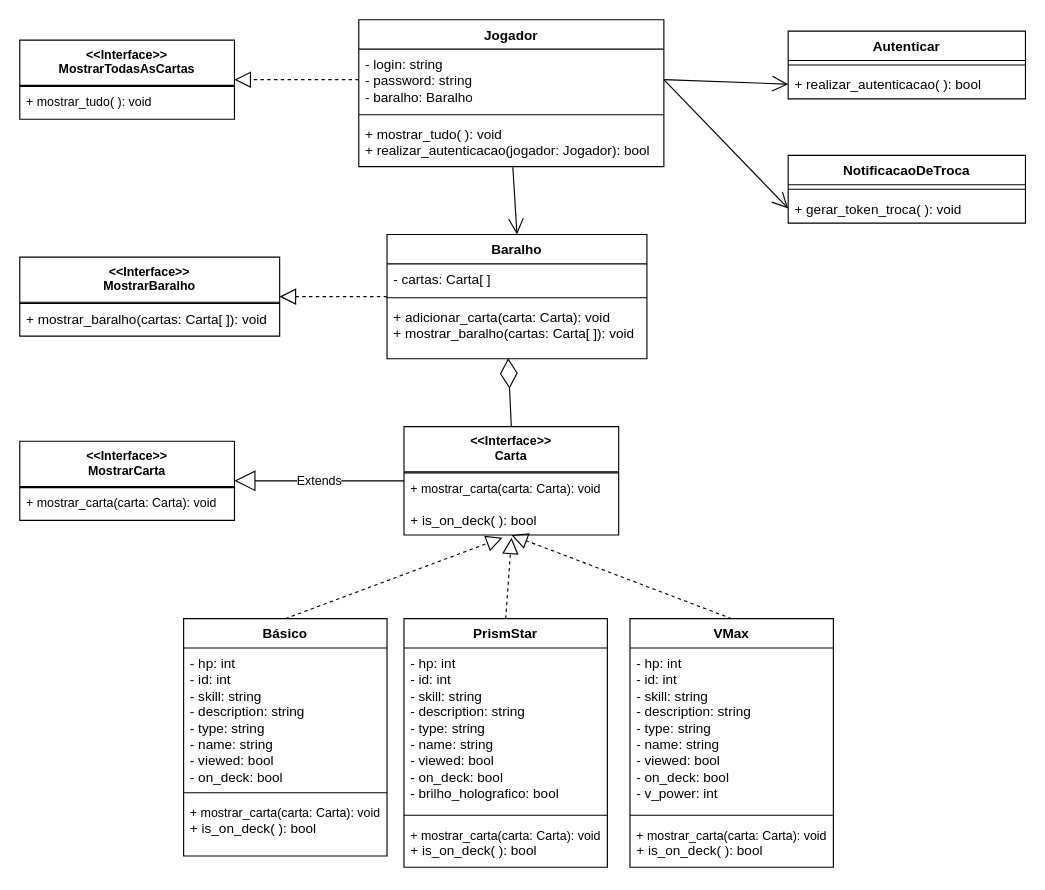
Before: page "Página-2" (1 of 2) of docs/Diagramas/Podekex SOLID.drawio in InatelS203-2025-1/Podekex, a draw.io diagram. Source tidied: cells renumbered, new cells numbered last; positions are measured from the earlier drawing's top-left corner, leaving out a move shared by most shapes. Both pictures are drawn from the tidied source at 113%, with x=0, y=0 at pixel (19, 19).
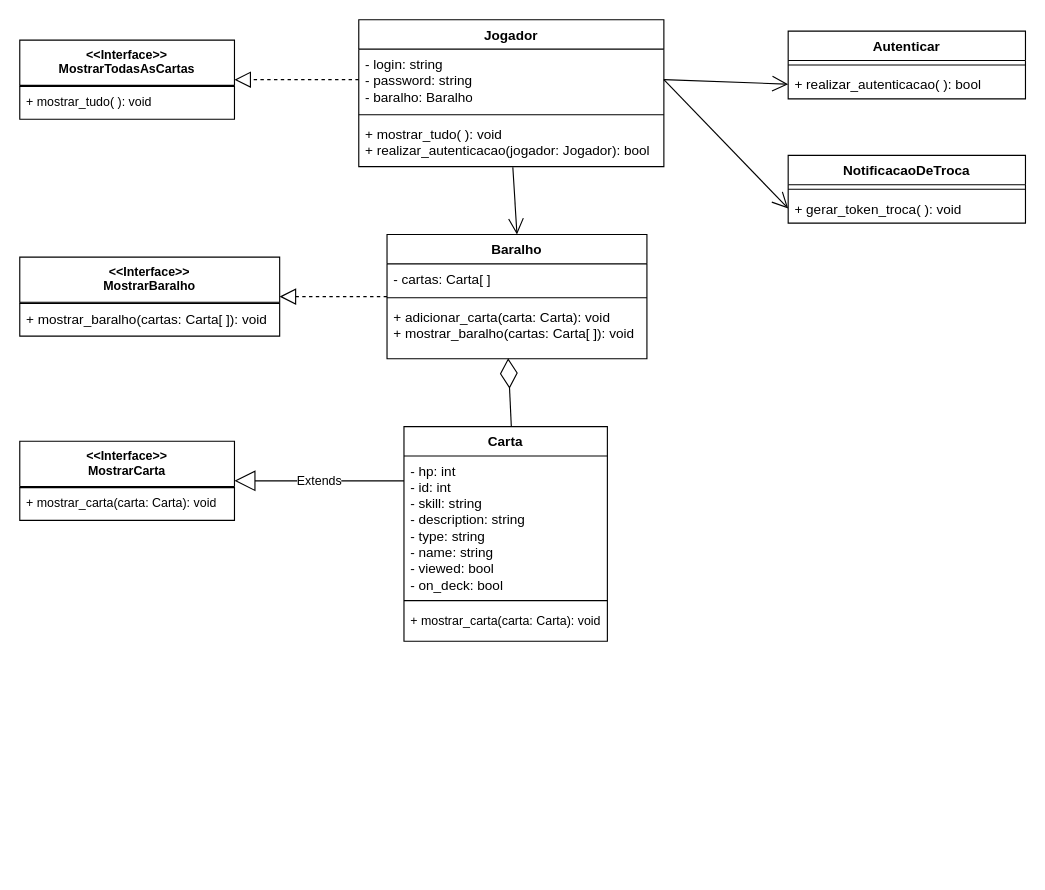
After the change.

Commit message (it also covers changes not shown here):
Atualização dos diagramas

The change refers to these unchanged cells:
```xml
<mxCell id="2" value="&amp;lt;&amp;lt;Interface&amp;gt;&amp;gt;&lt;br&gt;MostrarCarta" style="swimlane;fontStyle=1;align=center;verticalAlign=top;horizontal=1;startSize=40;whiteSpace=wrap;html=1;fontFamily=Helvetica;fontSize=11;fontColor=default;labelBackgroundColor=default;" parent="1" vertex="1">
  <mxGeometry y="373" width="190" height="70" as="geometry" />
</mxCell>
<mxCell id="33" value="+ adicionar_carta(carta: Carta): void&lt;div&gt;+ mostrar_baralho(cartas: Carta[ ]&lt;span style=&quot;background-color: transparent; color: light-dark(rgb(0, 0, 0), rgb(255, 255, 255));&quot;&gt;): void&lt;/span&gt;&lt;/div&gt;" style="text;strokeColor=none;fillColor=none;align=left;verticalAlign=top;spacingLeft=4;spacingRight=4;overflow=hidden;points=[[0,0.5],[1,0.5]];portConstraint=eastwest;whiteSpace=wrap;html=1;" parent="30" vertex="1">
  <mxGeometry y="60" width="230" height="50" as="geometry" />
</mxCell>
```

The edit, as a diff of the source:
```diff
@@
-    <mxCell id="5" value="&amp;lt;&amp;lt;Interface&amp;gt;&amp;gt;&lt;br&gt;Carta" style="swimlane;fontStyle=1;align=center;verticalAlign=top;horizontal=1;startSize=40;whiteSpace=wrap;html=1;fontFamily=Helvetica;fontSize=11;fontColor=default;labelBackgroundColor=default;" parent="1" vertex="1">
-      <mxGeometry x="340" y="360" width="190" height="96" as="geometry" />
-    </mxCell>
-    <mxCell id="6" style="line;strokeWidth=1;fillColor=none;align=left;verticalAlign=middle;spacingTop=-1;spacingLeft=3;spacingRight=3;labelPosition=right;strokeColor=inherit;fontFamily=Helvetica;fontSize=11;fontColor=default;labelBackgroundColor=default;" parent="5" vertex="1">
-      <mxGeometry y="40" width="190" height="2" as="geometry" />
-    </mxCell>
-    <mxCell id="7" value="+ mostrar_carta(carta: Carta): void" style="text;strokeColor=none;fillColor=none;align=left;verticalAlign=top;spacingLeft=4;spacingRight=4;overflow=hidden;whiteSpace=wrap;html=1;fontFamily=Helvetica;fontSize=11;fontColor=default;labelBackgroundColor=default;" parent="5" vertex="1">
-      <mxGeometry y="42" width="190" height="28" as="geometry" />
-    </mxCell>
-    <mxCell id="8" value="+ is_on_deck( ): bool" style="text;strokeColor=none;fillColor=none;align=left;verticalAlign=top;spacingLeft=4;spacingRight=4;overflow=hidden;points=[[0,0.5],[1,0.5]];portConstraint=eastwest;whiteSpace=wrap;html=1;" parent="5" vertex="1">
-      <mxGeometry y="70" width="190" height="26" as="geometry" />
-    </mxCell>
-    <mxCell id="9" value="PrismStar" style="swimlane;fontStyle=1;align=center;verticalAlign=top;horizontal=1;startSize=26;whiteSpace=wrap;html=1;" parent="1" vertex="1">
-      <mxGeometry x="340" y="530" width="180" height="220" as="geometry" />
-    </mxCell>
-    <mxCell id="10" value="&lt;div&gt;- hp: int&lt;/div&gt;&lt;div&gt;- id: int&lt;br&gt;&lt;div&gt;- skill: string&lt;/div&gt;&lt;div&gt;- description: string&lt;/div&gt;&lt;div&gt;- type: string&lt;/div&gt;&lt;div&gt;- name: string&lt;/div&gt;&lt;div&gt;- viewed: bool&lt;/div&gt;&lt;div&gt;- on_deck: bool&lt;/div&gt;&lt;/div&gt;- brilho_holografico: bool" style="text;strokeColor=none;fillColor=none;align=left;verticalAlign=top;spacingLeft=4;spacingRight=4;overflow=hidden;whiteSpace=wrap;html=1;" parent="9" vertex="1">
-      <mxGeometry y="26" width="180" height="144" as="geometry" />
-    </mxCell>
-    <mxCell id="11" style="line;strokeWidth=1;fillColor=none;align=left;verticalAlign=middle;spacingTop=-1;spacingLeft=3;spacingRight=3;labelPosition=right;strokeColor=inherit;" parent="9" vertex="1">
-      <mxGeometry y="170" width="180" height="8" as="geometry" />
-    </mxCell>
-    <mxCell id="12" value="&lt;span style=&quot;font-size: 11px;&quot;&gt;+ mostrar_carta(carta: Carta): void&lt;/span&gt;&lt;div&gt;+ is_on_deck( ): bool&lt;span style=&quot;font-size: 11px;&quot;&gt;&lt;/span&gt;&lt;/div&gt;" style="text;strokeColor=none;fillColor=none;align=left;verticalAlign=top;spacingLeft=4;spacingRight=4;overflow=hidden;whiteSpace=wrap;html=1;" parent="9" vertex="1">
-      <mxGeometry y="178" width="180" height="42" as="geometry" />
-    </mxCell>
-    <mxCell id="13" value="VMax" style="swimlane;fontStyle=1;align=center;verticalAlign=top;horizontal=1;startSize=26;whiteSpace=wrap;html=1;" parent="1" vertex="1">
-      <mxGeometry x="540" y="530" width="180" height="220" as="geometry" />
-    </mxCell>
-    <mxCell id="14" value="&lt;div&gt;- hp: int&lt;/div&gt;&lt;div&gt;- id: int&lt;br&gt;&lt;div&gt;- skill: string&lt;/div&gt;&lt;div&gt;- description: string&lt;/div&gt;&lt;div&gt;- type: string&lt;/div&gt;&lt;div&gt;- name: string&lt;/div&gt;&lt;div&gt;- viewed: bool&lt;/div&gt;&lt;div&gt;- on_deck: bool&lt;/div&gt;&lt;/div&gt;- v_power: int" style="text;strokeColor=none;fillColor=none;align=left;verticalAlign=top;spacingLeft=4;spacingRight=4;overflow=hidden;whiteSpace=wrap;html=1;" parent="13" vertex="1">
-      <mxGeometry y="26" width="180" height="144" as="geometry" />
-    </mxCell>
-    <mxCell id="15" style="line;strokeWidth=1;fillColor=none;align=left;verticalAlign=middle;spacingTop=-1;spacingLeft=3;spacingRight=3;labelPosition=right;strokeColor=inherit;" parent="13" vertex="1">
-      <mxGeometry y="170" width="180" height="8" as="geometry" />
-    </mxCell>
-    <mxCell id="16" value="&lt;span style=&quot;font-size: 11px;&quot;&gt;+ mostrar_carta(carta: Carta): void&lt;/span&gt;&lt;div&gt;+ is_on_deck( ): bool&lt;span style=&quot;font-size: 11px;&quot;&gt;&lt;/span&gt;&lt;/div&gt;" style="text;strokeColor=none;fillColor=none;align=left;verticalAlign=top;spacingLeft=4;spacingRight=4;overflow=hidden;whiteSpace=wrap;html=1;" parent="13" vertex="1">
-      <mxGeometry y="178" width="180" height="42" as="geometry" />
-    </mxCell>
-    <mxCell id="17" style="endArrow=block;dashed=1;endFill=0;endSize=12;html=1;rounded=0;exitX=0.5;exitY=0;exitDx=0;exitDy=0;entryX=0.501;entryY=1.091;entryDx=0;entryDy=0;entryPerimeter=0;" parent="1" edge="1" source="9" target="8">
-      <mxGeometry relative="1" as="geometry" />
-    </mxCell>
-    <mxCell id="18" style="endArrow=block;dashed=1;endFill=0;endSize=12;html=1;rounded=0;exitX=0.5;exitY=0;exitDx=0;exitDy=0;entryX=0.5;entryY=1;entryDx=0;entryDy=0;" parent="1" edge="1" source="13" target="5">
-      <mxGeometry relative="1" as="geometry" />
-    </mxCell>
-    <mxCell id="19" value="Extends" style="endArrow=block;endSize=16;endFill=0;html=1;rounded=0;entryX=1;entryY=0.5;entryDx=0;entryDy=0;exitX=0;exitY=0.5;exitDx=0;exitDy=0;" parent="1" edge="1" source="5" target="2">
-      <mxGeometry relative="1" as="geometry" />
+    <mxCell id="19" value="Extends" style="endArrow=block;endSize=16;endFill=0;html=1;rounded=0;entryX=1;entryY=0.5;entryDx=0;entryDy=0;exitX=0;exitY=0.5;exitDx=0;exitDy=0;" parent="1" edge="1" target="2">
+      <mxGeometry relative="1" as="geometry">
+        <mxPoint x="340" y="408" as="sourcePoint" />
+      </mxGeometry>
     </mxCell>
@@
-    <mxCell id="36" style="endArrow=diamondThin;endFill=0;endSize=24;html=1;rounded=0;entryX=0.466;entryY=0.99;entryDx=0;entryDy=0;entryPerimeter=0;exitX=0.5;exitY=0;exitDx=0;exitDy=0;" parent="1" edge="1" source="5" target="33">
-      <mxGeometry relative="1" as="geometry" />
+    <mxCell id="36" style="endArrow=diamondThin;endFill=0;endSize=24;html=1;rounded=0;entryX=0.466;entryY=0.99;entryDx=0;entryDy=0;entryPerimeter=0;exitX=0.5;exitY=0;exitDx=0;exitDy=0;" parent="1" edge="1" target="33">
+      <mxGeometry relative="1" as="geometry">
+        <mxPoint x="435" y="360" as="sourcePoint" />
+      </mxGeometry>
     </mxCell>
-    <mxCell id="37" value="Básico" style="swimlane;fontStyle=1;align=center;verticalAlign=top;horizontal=1;startSize=26;whiteSpace=wrap;html=1;" parent="1" vertex="1">
-      <mxGeometry x="145" y="530" width="180" height="210" as="geometry" />
+    <mxCell id="37" value="Carta" style="swimlane;fontStyle=1;align=center;verticalAlign=top;horizontal=1;startSize=26;whiteSpace=wrap;html=1;" parent="1" vertex="1">
+      <mxGeometry x="340" y="360" width="180" height="190" as="geometry" />
     </mxCell>
@@
-    <mxCell id="40" value="&lt;span style=&quot;font-size: 11px;&quot;&gt;+ mostrar_carta(carta: Carta): void&lt;/span&gt;&lt;div&gt;&lt;span style=&quot;background-color: transparent;&quot;&gt;+ is_on_deck( ): bool&lt;/span&gt;&lt;/div&gt;" style="text;strokeColor=none;fillColor=none;align=left;verticalAlign=top;spacingLeft=4;spacingRight=4;overflow=hidden;whiteSpace=wrap;html=1;" parent="37" vertex="1">
-      <mxGeometry y="158" width="180" height="52" as="geometry" />
+    <mxCell id="40" value="&lt;span style=&quot;font-size: 11px;&quot;&gt;+ mostrar_carta(carta: Carta): void&lt;/span&gt;&lt;div&gt;&lt;/div&gt;" style="text;strokeColor=none;fillColor=none;align=left;verticalAlign=top;spacingLeft=4;spacingRight=4;overflow=hidden;whiteSpace=wrap;html=1;" parent="37" vertex="1">
+      <mxGeometry y="158" width="180" height="32" as="geometry" />
     </mxCell>
-    <mxCell id="41" style="endArrow=block;dashed=1;endFill=0;endSize=12;html=1;rounded=0;exitX=0.5;exitY=0;exitDx=0;exitDy=0;entryX=0.459;entryY=1.091;entryDx=0;entryDy=0;entryPerimeter=0;" parent="1" edge="1" source="37" target="8">
-      <mxGeometry relative="1" as="geometry" />
-    </mxCell>
```
